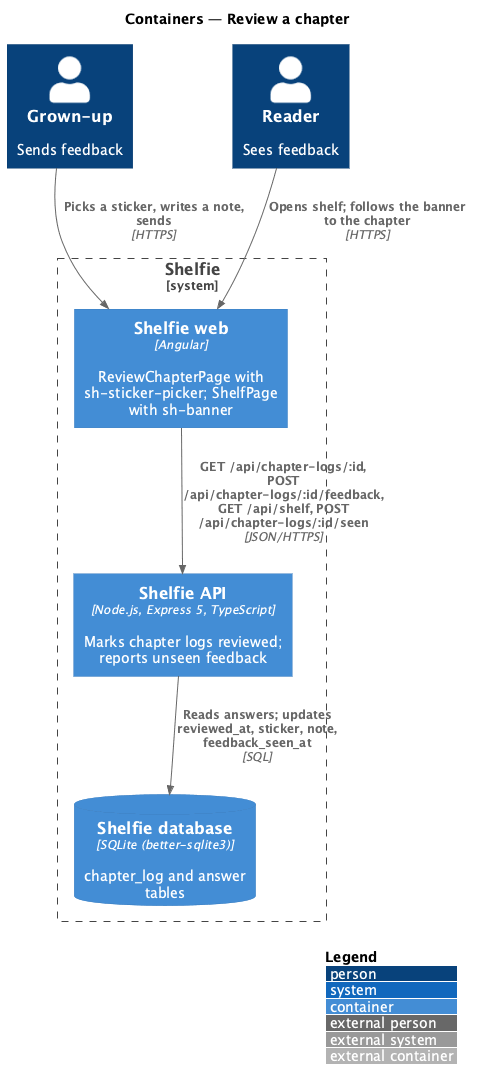
The PlantUML diagram docs/detailed-designs/review/review-chapter/diagrams/c4-container.png in QuinntyneBrown/shelfie, before a commit.
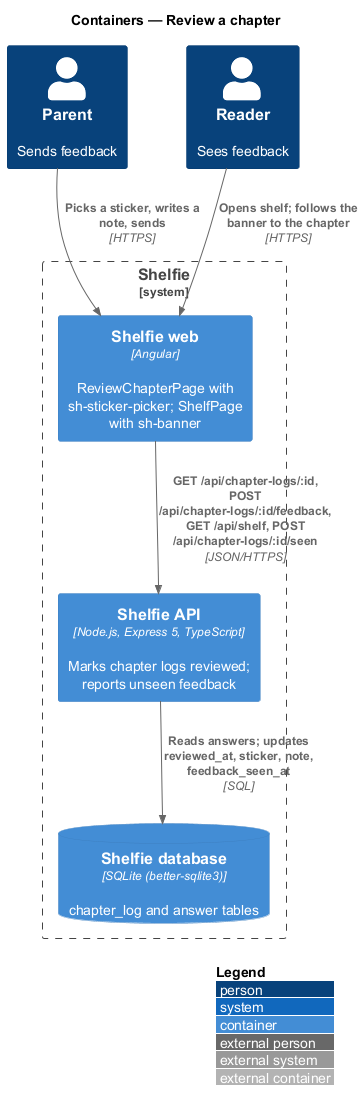
After the change.

Diff of the diagram source:
```diff
@@ -3,7 +3,7 @@
 LAYOUT_WITH_LEGEND()
 title Containers — Review a chapter
 
-Person(grownUp, "Grown-up", "Sends feedback")
+Person(grownUp, "Parent", "Sends feedback")
 Person(reader, "Reader", "Sees feedback")
 System_Boundary(shelfie, "Shelfie") {
   Container(web, "Shelfie web", "Angular", "ReviewChapterPage with sh-sticker-picker; ShelfPage with sh-banner")
```
